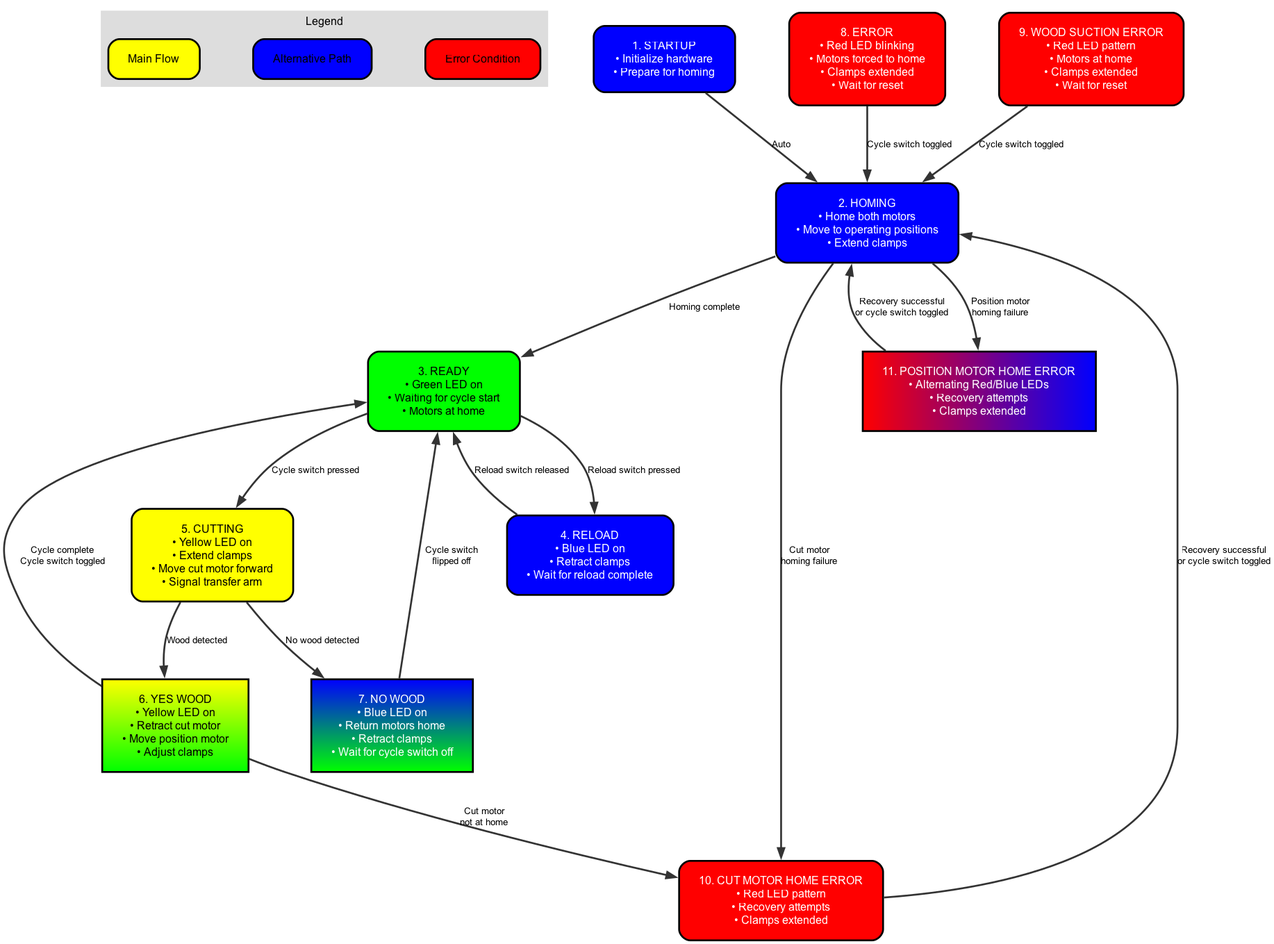
Earlier version of the Graphviz export flowcharts/cutting_machine_flowchart.png (akivaweil/Stage-1-Mar25). Its source is kept beside it as flowcharts/cutting_machine_flowchart.dot.
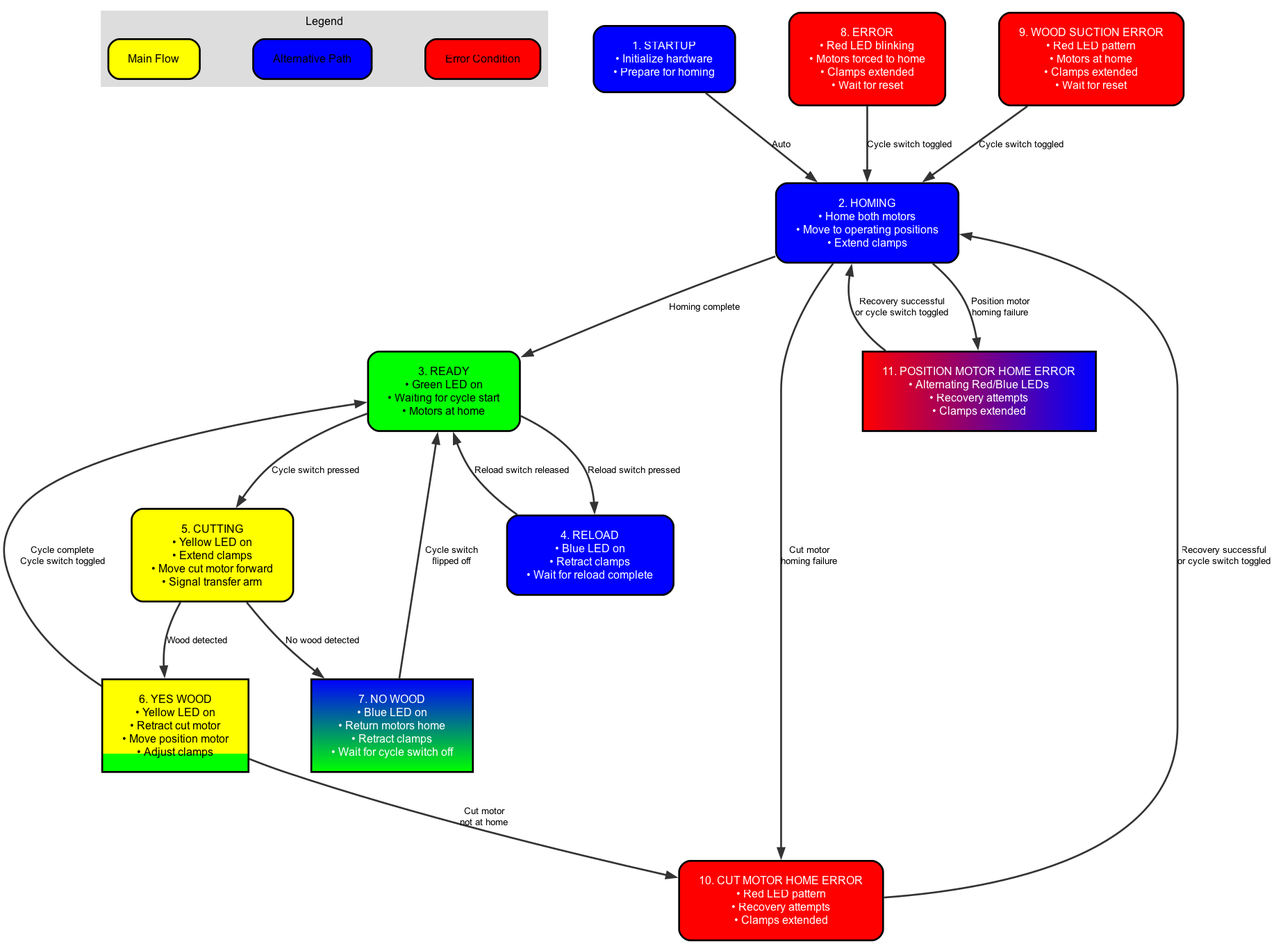
After the commit.

Commit message:
Adjusted YES WOOD state color to make yellow more dominant (80%)

The edit, as a diff of the source:
```diff
@@ -17,7 +17,7 @@
 • Yellow LED on
 • Retract cut motor
 • Move position motor
-• Adjust clamps", style="filled", fillcolor="#FFFF00:#00FF00", gradientangle=270]; NOWOOD [label="7. NO WOOD
+• Adjust clamps", style="filled", fillcolor="#FFFF00;0.8:#00FF00;0.2", gradientangle=270]; NOWOOD [label="7. NO WOOD
 • Blue LED on
 • Return motors home
 • Retract clamps
```
